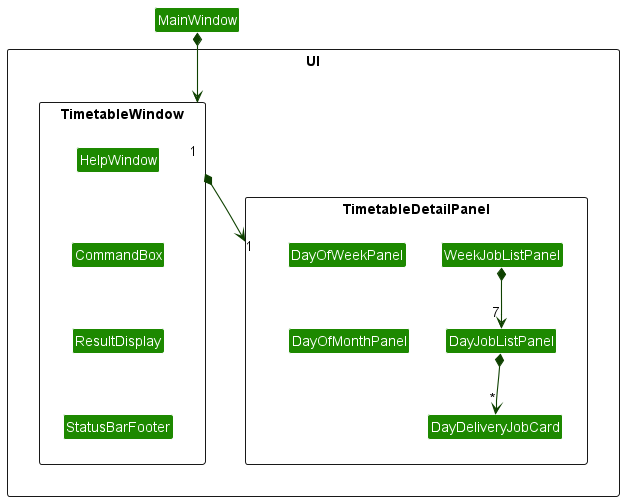
The PlantUML diagram docs/images/UiClassDiagramTimetableWindow.png in nus-cs2103-AY2223S2/tp, before a commit.
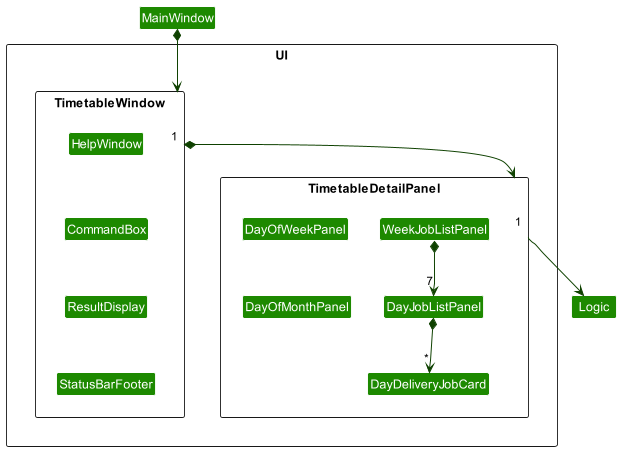
After the commit.

Change to the diagram source:
```diff
@@ -32,6 +32,7 @@
 ResultDisplay -[hidden]down- StatusBarFooter
 
 TimetableWindow *-down-> "1" TimetableDetailPanel
+TimetableDetailPanel --> Logic
 
 DayOfWeekPanel -[hidden]down- DayOfMonthPanel
 WeekJobListPanel -[hidden]left- DayOfWeekPanel
```
